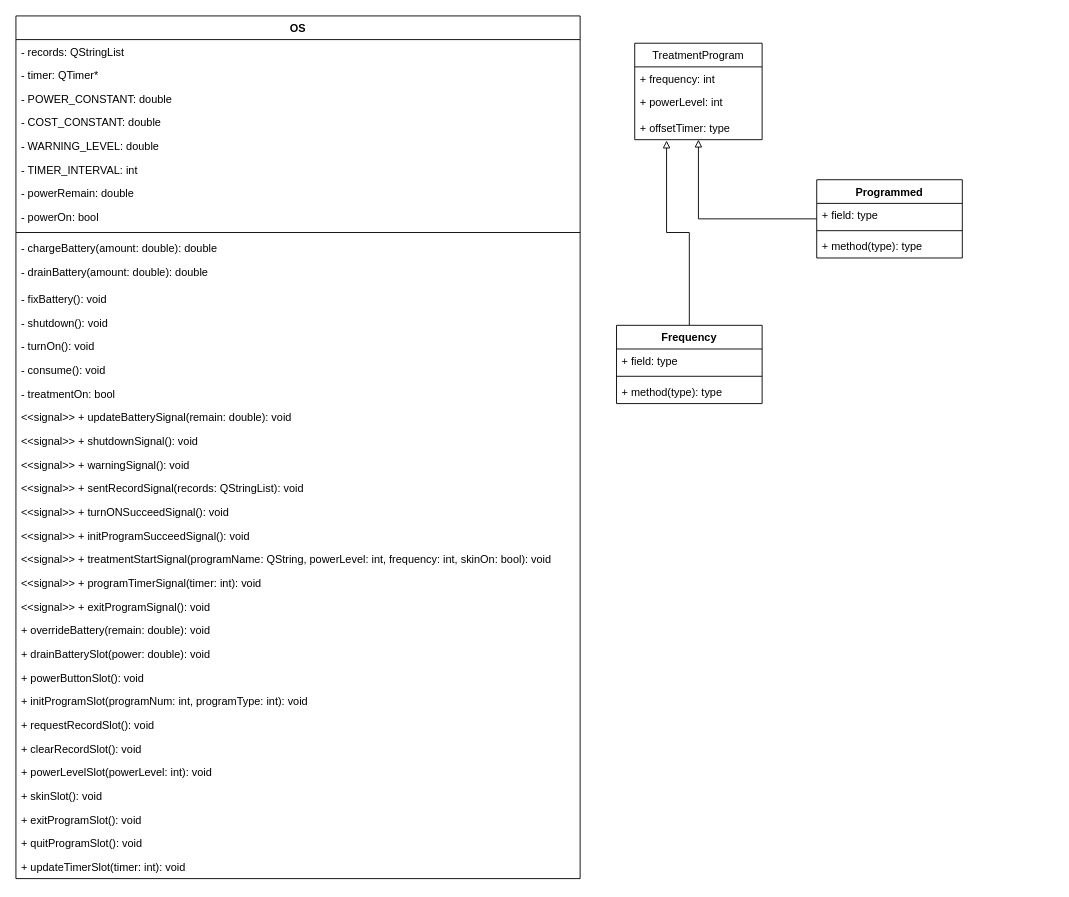
Earlier version of the draw.io diagram uml/uml design.drawio (moxxxx/MCT-simulator). Source tidied: cells renumbered, new cells numbered last; positions are measured from the earlier drawing's top-left corner, leaving out a move shared by most shapes. Both pictures are drawn from the tidied source at 91%, with x=0, y=0 at pixel (15, 15).
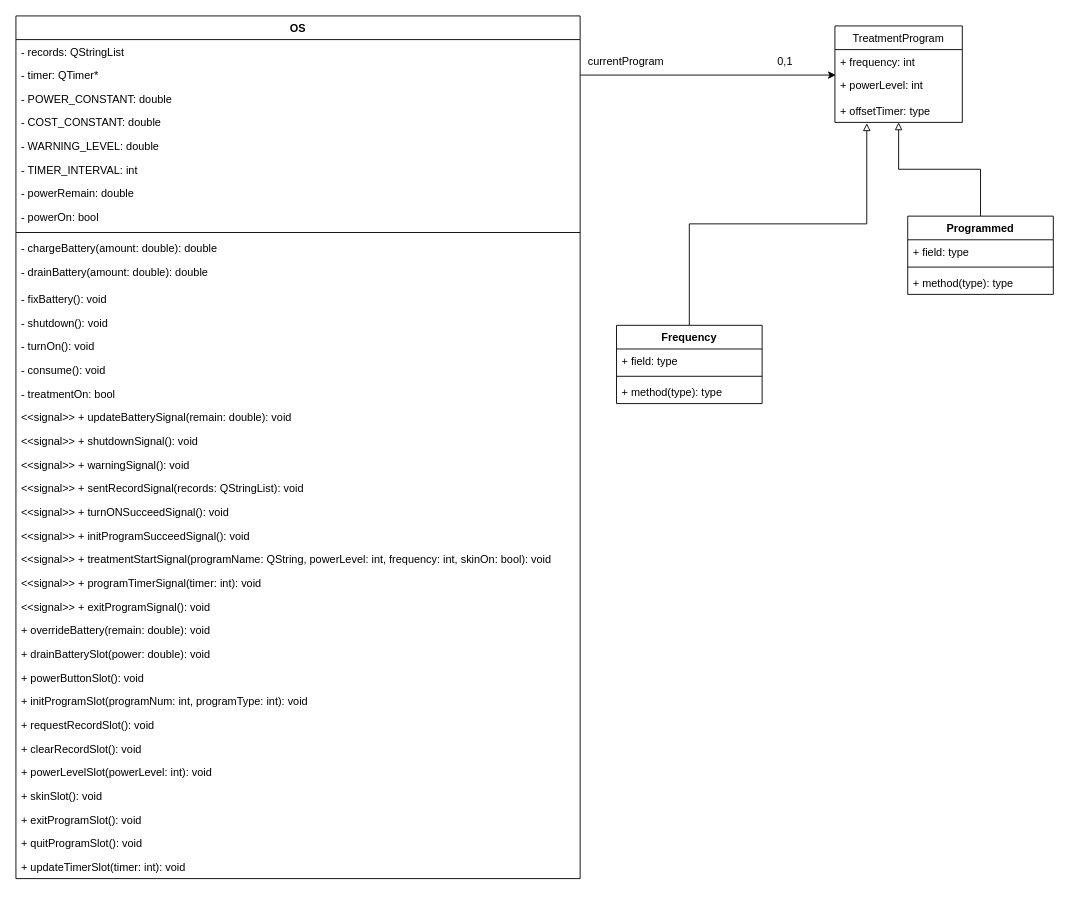
The same page after the edit.

Unchanged cells that the change refers to:
```xml
<mxCell id="4" value="- timer: QTimer*" style="text;strokeColor=none;fillColor=none;align=left;verticalAlign=top;spacingLeft=4;spacingRight=4;overflow=hidden;points=[[0,0.5],[1,0.5]];portConstraint=eastwest;" parent="2" vertex="1">
  <mxGeometry y="52" width="620" height="26" as="geometry" />
</mxCell>
<mxCell id="41" value="+ powerLevel: int" style="text;strokeColor=none;fillColor=none;align=left;verticalAlign=top;spacingLeft=4;spacingRight=4;overflow=hidden;points=[[0,0.5],[1,0.5]];portConstraint=eastwest;" parent="39" vertex="1">
  <mxGeometry y="52" width="140" height="28" as="geometry" />
</mxCell>
```

What changed in the source:
```diff
@@
     <mxCell id="39" value="TreatmentProgram" style="swimlane;fontStyle=0;horizontal=1;startSize=26;fillColor=none;" parent="1" vertex="1">
-      <mxGeometry x="680" y="30" width="140" height="106" as="geometry" />
+      <mxGeometry x="900" y="11" width="140" height="106" as="geometry" />
     </mxCell>
@@
     <mxCell id="49" value="Programmed" style="swimlane;fontStyle=1;align=center;verticalAlign=top;horizontal=1;startSize=26;" parent="1" vertex="1">
-      <mxGeometry x="880" y="180" width="160" height="86" as="geometry" />
+      <mxGeometry x="980" y="220" width="160" height="86" as="geometry" />
     </mxCell>
@@
+    <mxCell id="53" style="edgeStyle=orthogonalEdgeStyle;rounded=0;jettySize=auto;html=1;exitX=1;exitY=0.5;exitDx=0;exitDy=0;entryX=0.007;entryY=0.071;entryDx=0;entryDy=0;entryPerimeter=0;" parent="1" edge="1" source="4" target="41">
+      <mxGeometry relative="1" as="geometry" />
+    </mxCell>
+    <mxCell id="54" value="0,1" style="text;html=1;align=center;verticalAlign=middle;strokeColor=none;" parent="1" vertex="1">
+      <mxGeometry x="830" y="40" width="30" height="20" as="geometry" />
+    </mxCell>
+    <mxCell id="55" value="currentProgram" style="text;html=1;align=center;verticalAlign=middle;strokeColor=none;" parent="1" vertex="1">
+      <mxGeometry x="620" y="40" width="100" height="20" as="geometry" />
+    </mxCell>
```
